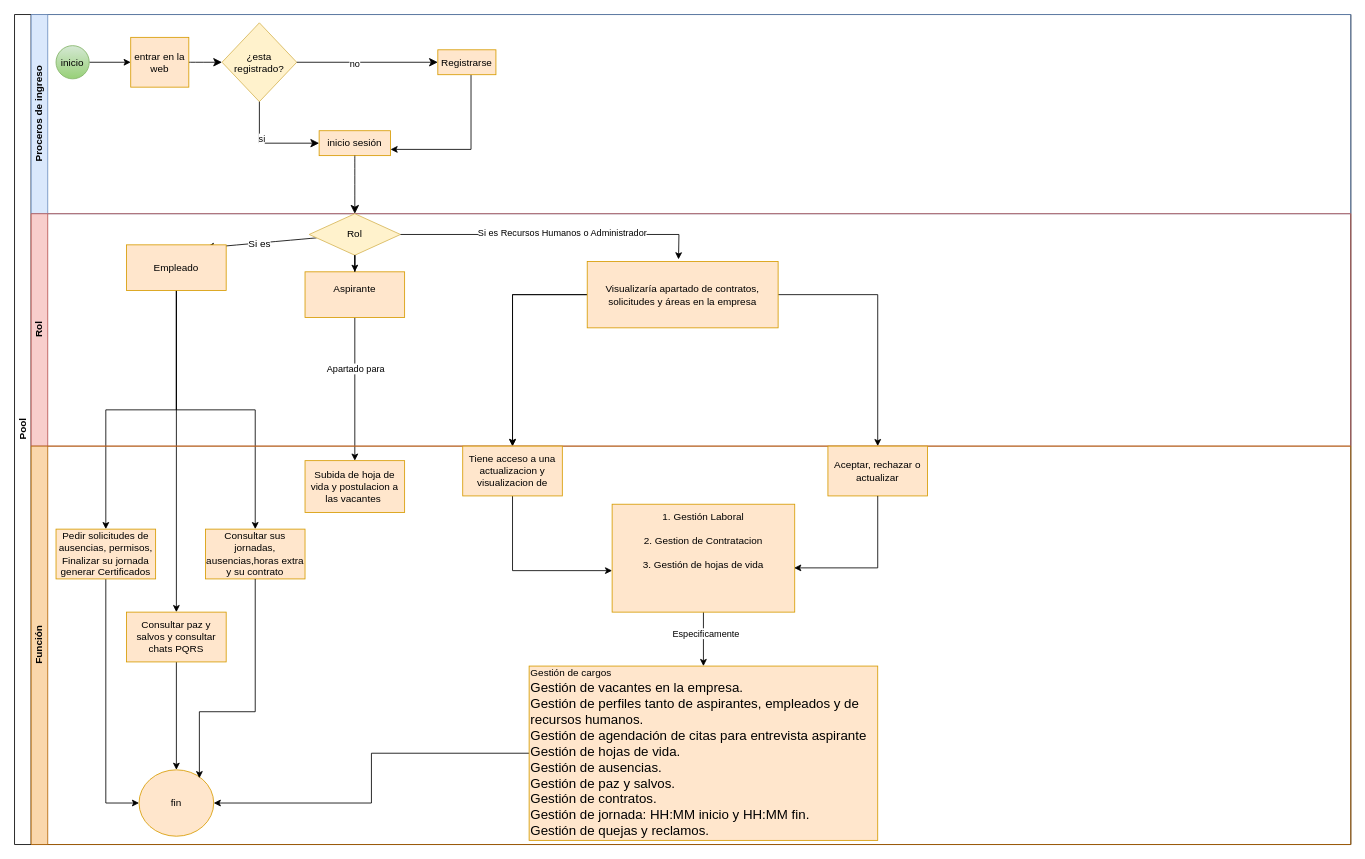
Before: Docs/GRUPO #3/Primer trimestre/Mapa de procesos/Diagrama de procesos software.drawio in Englis666/gestorplus, a draw.io diagram. Source tidied: cells renumbered, new cells numbered last; positions are measured from the earlier drawing's top-left corner, leaving out a move shared by most shapes. Both pictures are drawn from the tidied source at 83%, with x=0, y=0 at pixel (14, 14).
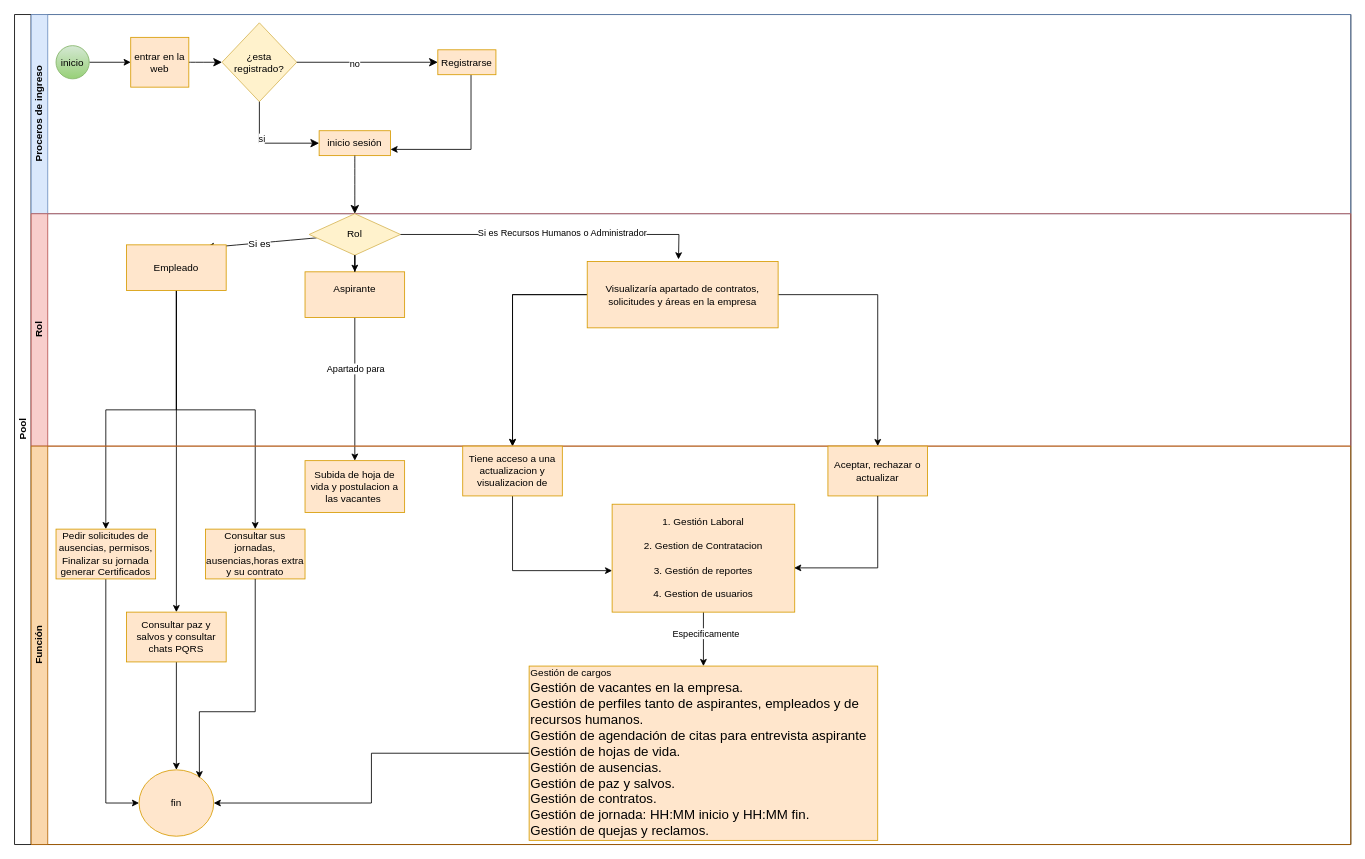
The same diagram, later.

Commit message (it also covers changes not shown here):
Diagrama de procesos actualizado

The change refers to these unchanged cells:
```xml
<mxCell id="36" value="Función" style="swimlane;html=1;startSize=20;horizontal=0;fillColor=#fad7ac;strokeColor=#b46504;" parent="2" vertex="1">
  <mxGeometry x="20" y="520" width="1590" height="480" as="geometry" />
</mxCell>
```

Change to the diagram source:
```diff
@@
-    <mxCell id="48" value="&lt;font&gt;1. Gestión Laboral&lt;/font&gt;&lt;br&gt;&lt;br&gt;&lt;div&gt;&lt;font&gt;2. Gestion de Contratacion&lt;/font&gt;&lt;br&gt;&lt;/div&gt;&lt;div&gt;&lt;br&gt;&lt;/div&gt;&lt;div&gt;&lt;font&gt;3. Gestión de hojas de vida&lt;/font&gt;&lt;br&gt;&lt;/div&gt;&lt;div&gt;&lt;br&gt;&lt;/div&gt;&lt;div&gt;&lt;br&gt;&lt;/div&gt;&lt;div&gt;&lt;br&gt;&lt;/div&gt;" style="whiteSpace=wrap;html=1;fillColor=#ffe6cc;strokeColor=#d79b00;" parent="36" vertex="1">
+    <mxCell id="48" value="&lt;font&gt;1. Gestión Laboral&lt;/font&gt;&lt;br&gt;&lt;br&gt;&lt;div&gt;&lt;font&gt;2. Gestion de Contratacion&lt;/font&gt;&lt;br&gt;&lt;/div&gt;&lt;div&gt;&lt;br&gt;&lt;/div&gt;&lt;div&gt;&lt;font&gt;3. Gestión de reportes&lt;/font&gt;&lt;/div&gt;&lt;div&gt;&lt;font&gt;&lt;br&gt;&lt;/font&gt;&lt;/div&gt;&lt;div&gt;&lt;font&gt;4. Gestion de usuarios&lt;/font&gt;&lt;/div&gt;" style="whiteSpace=wrap;html=1;fillColor=#ffe6cc;strokeColor=#d79b00;" parent="36" vertex="1">
       <mxGeometry x="700" y="70" width="220" height="130" as="geometry" />
     </mxCell>
```
